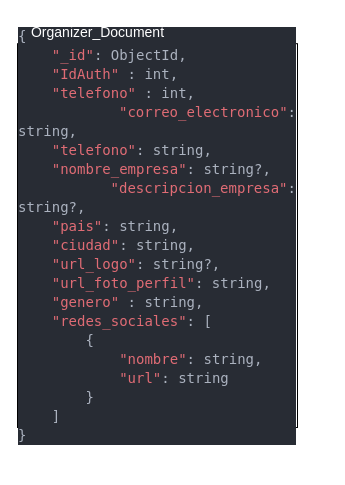
moises-ph/Nodens-documentacion keeps this draw.io diagram as Base de datos/Organizers/Organizers.drawio. Above is the earlier version. Source tidied: cells renumbered, new cells numbered last; positions are measured from the earlier drawing's top-left corner, leaving out a move shared by most shapes. Both pictures are drawn from the tidied source at 100%, with x=0, y=0 at pixel (17, 17).
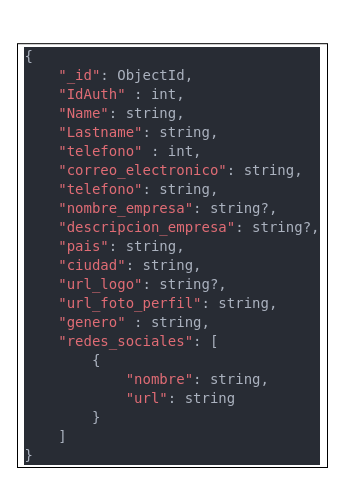
Above is the later version.

Diff of the diagram source:
```diff
@@
 <mxGraphModel>
   <root>
     <mxCell id="0" />
     <mxCell id="1" parent="0" />
-    <mxCell id="2" value="&lt;div style=&quot;text-align: justify; font-size: 14px;&quot;&gt;&lt;div style=&quot;background-color: rgb(26, 27, 38); font-family: Consolas, &amp;quot;Courier New&amp;quot;, monospace; line-height: 19px;&quot;&gt;&lt;div style=&quot;line-height: 19px;&quot;&gt;&lt;div style=&quot;background-color: rgb(40, 44, 52); font-family: &amp;quot;DejaVu Sans Mono&amp;quot;, Consolas, &amp;quot;Courier New&amp;quot;, monospace; line-height: 19px;&quot;&gt;&lt;div style=&quot;color: rgb(171, 178, 191);&quot;&gt;{&lt;/div&gt;&lt;div style=&quot;&quot;&gt;&lt;font color=&quot;#abb2bf&quot;&gt;&amp;nbsp; &amp;nbsp; &lt;/font&gt;&lt;font color=&quot;#e06c75&quot;&gt;&quot;_id&quot;&lt;/font&gt;&lt;font color=&quot;#abb2bf&quot;&gt;: ObjectId,&lt;/font&gt;&lt;/div&gt;&lt;div style=&quot;color: rgb(171, 178, 191);&quot;&gt;&lt;font color=&quot;#abb2bf&quot;&gt;&amp;nbsp; &amp;nbsp;&amp;nbsp;&lt;/font&gt;&lt;font color=&quot;#e06c75&quot;&gt;&quot;IdAuth&quot;&lt;/font&gt;&lt;font color=&quot;#abb2bf&quot;&gt;&amp;nbsp;: int,&lt;/font&gt;&lt;br&gt;&lt;/div&gt;&lt;div style=&quot;color: rgb(171, 178, 191);&quot;&gt;&lt;font color=&quot;#abb2bf&quot;&gt;&amp;nbsp; &amp;nbsp;&amp;nbsp;&lt;/font&gt;&lt;font color=&quot;#e06c75&quot;&gt;&quot;telefono&quot;&lt;/font&gt;&lt;font color=&quot;#abb2bf&quot;&gt;&amp;nbsp;: int,&lt;/font&gt;&lt;font color=&quot;#abb2bf&quot;&gt;&lt;br&gt;&lt;/font&gt;&lt;/div&gt;&lt;div style=&quot;color: rgb(171, 178, 191);&quot;&gt;&amp;nbsp; &amp;nbsp; &lt;span style=&quot;color: #e06c75;&quot;&gt;&quot;correo_electronico&quot;&lt;/span&gt;: string,&lt;/div&gt;&lt;div style=&quot;color: rgb(171, 178, 191);&quot;&gt;&amp;nbsp; &amp;nbsp; &lt;span style=&quot;color: #e06c75;&quot;&gt;&quot;telefono&quot;&lt;/span&gt;: string,&lt;/div&gt;&lt;div style=&quot;color: rgb(171, 178, 191);&quot;&gt;&amp;nbsp; &amp;nbsp; &lt;span style=&quot;color: #e06c75;&quot;&gt;&quot;nombre_empresa&quot;&lt;/span&gt;: string?,&lt;/div&gt;&lt;div style=&quot;color: rgb(171, 178, 191);&quot;&gt;&amp;nbsp; &amp;nbsp; &lt;span style=&quot;color: #e06c75;&quot;&gt;&quot;descripcion_empresa&quot;&lt;/span&gt;: string?,&lt;/div&gt;&lt;div style=&quot;color: rgb(171, 178, 191);&quot;&gt;&amp;nbsp; &amp;nbsp; &lt;span style=&quot;color: #e06c75;&quot;&gt;&quot;pais&quot;&lt;/span&gt;: string,&lt;/div&gt;&lt;div style=&quot;color: rgb(171, 178, 191);&quot;&gt;&amp;nbsp; &amp;nbsp; &lt;span style=&quot;color: #e06c75;&quot;&gt;&quot;ciudad&quot;&lt;/span&gt;: string,&lt;/div&gt;&lt;div style=&quot;color: rgb(171, 178, 191);&quot;&gt;&amp;nbsp; &amp;nbsp; &lt;span style=&quot;color: #e06c75;&quot;&gt;&quot;url_logo&quot;&lt;/span&gt;: string?,&lt;/div&gt;&lt;div style=&quot;color: rgb(171, 178, 191);&quot;&gt;&amp;nbsp; &amp;nbsp; &lt;span style=&quot;color: #e06c75;&quot;&gt;&quot;url_foto_perfil&quot;&lt;/span&gt;: string,&lt;/div&gt;&lt;div style=&quot;color: rgb(171, 178, 191);&quot;&gt;&lt;font color=&quot;#abb2bf&quot;&gt;&amp;nbsp; &amp;nbsp;&amp;nbsp;&lt;/font&gt;&lt;font color=&quot;#e06c75&quot;&gt;&quot;genero&quot;&lt;/font&gt;&lt;font color=&quot;#abb2bf&quot;&gt;&amp;nbsp;: string,&lt;/font&gt;&lt;br&gt;&lt;/div&gt;&lt;div style=&quot;color: rgb(171, 178, 191);&quot;&gt;&amp;nbsp; &amp;nbsp; &lt;span style=&quot;color: #e06c75;&quot;&gt;&quot;redes_sociales&quot;&lt;/span&gt;: [&lt;/div&gt;&lt;div style=&quot;color: rgb(171, 178, 191);&quot;&gt;&amp;nbsp; &amp;nbsp; &amp;nbsp; &amp;nbsp; {&lt;/div&gt;&lt;div style=&quot;color: rgb(171, 178, 191);&quot;&gt;&amp;nbsp; &amp;nbsp; &amp;nbsp; &amp;nbsp; &amp;nbsp; &amp;nbsp; &lt;span style=&quot;color: #e06c75;&quot;&gt;&quot;nombre&quot;&lt;/span&gt;: string,&lt;/div&gt;&lt;div style=&quot;color: rgb(171, 178, 191);&quot;&gt;&amp;nbsp; &amp;nbsp; &amp;nbsp; &amp;nbsp; &amp;nbsp; &amp;nbsp; &lt;span style=&quot;color: #e06c75;&quot;&gt;&quot;url&quot;&lt;/span&gt;: string&lt;/div&gt;&lt;div style=&quot;color: rgb(171, 178, 191);&quot;&gt;&amp;nbsp; &amp;nbsp; &amp;nbsp; &amp;nbsp; }&lt;/div&gt;&lt;div style=&quot;color: rgb(171, 178, 191);&quot;&gt;&amp;nbsp; &amp;nbsp; ]&lt;/div&gt;&lt;div style=&quot;color: rgb(171, 178, 191);&quot;&gt;}&lt;/div&gt;&lt;/div&gt;&lt;/div&gt;&lt;/div&gt;&lt;/div&gt;&lt;div style=&quot;text-align: justify;&quot;&gt;&lt;/div&gt;" style="rounded=0;whiteSpace=wrap;html=1;" parent="1" vertex="1">
-      <mxGeometry y="26.2" width="280" height="383.8" as="geometry" />
+    <mxCell id="2" value="&lt;div style=&quot;text-align: justify; font-size: 14px;&quot;&gt;&lt;div style=&quot;background-color: rgb(26, 27, 38); font-family: Consolas, &amp;quot;Courier New&amp;quot;, monospace; line-height: 19px;&quot;&gt;&lt;div style=&quot;line-height: 19px;&quot;&gt;&lt;div style=&quot;background-color: rgb(40, 44, 52); font-family: &amp;quot;DejaVu Sans Mono&amp;quot;, Consolas, &amp;quot;Courier New&amp;quot;, monospace; line-height: 19px;&quot;&gt;&lt;div style=&quot;color: rgb(171, 178, 191);&quot;&gt;{&lt;/div&gt;&lt;div style=&quot;&quot;&gt;&lt;font color=&quot;#abb2bf&quot;&gt;&amp;nbsp; &amp;nbsp; &lt;/font&gt;&lt;font color=&quot;#e06c75&quot;&gt;&quot;_id&quot;&lt;/font&gt;&lt;font color=&quot;#abb2bf&quot;&gt;: ObjectId,&lt;/font&gt;&lt;/div&gt;&lt;div style=&quot;color: rgb(171, 178, 191);&quot;&gt;&lt;font color=&quot;#abb2bf&quot;&gt;&amp;nbsp; &amp;nbsp;&amp;nbsp;&lt;/font&gt;&lt;font color=&quot;#e06c75&quot;&gt;&quot;IdAuth&quot;&lt;/font&gt;&lt;font color=&quot;#abb2bf&quot;&gt;&amp;nbsp;: int,&lt;/font&gt;&lt;br&gt;&lt;/div&gt;&lt;div style=&quot;&quot;&gt;&lt;font color=&quot;#abb2bf&quot;&gt;&amp;nbsp; &amp;nbsp;&amp;nbsp;&lt;/font&gt;&lt;font color=&quot;#e06c75&quot;&gt;&quot;Name&quot;&lt;/font&gt;&lt;font style=&quot;color: rgb(171, 178, 191);&quot; color=&quot;#abb2bf&quot;&gt;: string,&lt;br&gt;&lt;/font&gt;&lt;/div&gt;&lt;div style=&quot;&quot;&gt;&lt;font color=&quot;#abb2bf&quot;&gt;&amp;nbsp; &amp;nbsp;&amp;nbsp;&lt;/font&gt;&lt;font color=&quot;#e06c75&quot;&gt;&quot;Lastname&quot;&lt;/font&gt;&lt;font color=&quot;#abb2bf&quot;&gt;: string,&lt;/font&gt;&lt;br&gt;&lt;/div&gt;&lt;div style=&quot;color: rgb(171, 178, 191);&quot;&gt;&lt;font color=&quot;#abb2bf&quot;&gt;&amp;nbsp; &amp;nbsp;&amp;nbsp;&lt;/font&gt;&lt;font color=&quot;#e06c75&quot;&gt;&quot;telefono&quot;&lt;/font&gt;&lt;font color=&quot;#abb2bf&quot;&gt;&amp;nbsp;: int,&lt;/font&gt;&lt;font color=&quot;#abb2bf&quot;&gt;&lt;br&gt;&lt;/font&gt;&lt;/div&gt;&lt;div style=&quot;color: rgb(171, 178, 191);&quot;&gt;&amp;nbsp; &amp;nbsp; &lt;span style=&quot;color: #e06c75;&quot;&gt;&quot;correo_electronico&quot;&lt;/span&gt;: string,&lt;/div&gt;&lt;div style=&quot;color: rgb(171, 178, 191);&quot;&gt;&amp;nbsp; &amp;nbsp; &lt;span style=&quot;color: #e06c75;&quot;&gt;&quot;telefono&quot;&lt;/span&gt;: string,&lt;/div&gt;&lt;div style=&quot;color: rgb(171, 178, 191);&quot;&gt;&amp;nbsp; &amp;nbsp; &lt;span style=&quot;color: #e06c75;&quot;&gt;&quot;nombre_empresa&quot;&lt;/span&gt;: string?,&lt;/div&gt;&lt;div style=&quot;color: rgb(171, 178, 191);&quot;&gt;&amp;nbsp; &amp;nbsp; &lt;span style=&quot;color: #e06c75;&quot;&gt;&quot;descripcion_empresa&quot;&lt;/span&gt;: string?,&lt;/div&gt;&lt;div style=&quot;color: rgb(171, 178, 191);&quot;&gt;&amp;nbsp; &amp;nbsp; &lt;span style=&quot;color: #e06c75;&quot;&gt;&quot;pais&quot;&lt;/span&gt;: string,&lt;/div&gt;&lt;div style=&quot;color: rgb(171, 178, 191);&quot;&gt;&amp;nbsp; &amp;nbsp; &lt;span style=&quot;color: #e06c75;&quot;&gt;&quot;ciudad&quot;&lt;/span&gt;: string,&lt;/div&gt;&lt;div style=&quot;color: rgb(171, 178, 191);&quot;&gt;&amp;nbsp; &amp;nbsp; &lt;span style=&quot;color: #e06c75;&quot;&gt;&quot;url_logo&quot;&lt;/span&gt;: string?,&lt;/div&gt;&lt;div style=&quot;color: rgb(171, 178, 191);&quot;&gt;&amp;nbsp; &amp;nbsp; &lt;span style=&quot;color: #e06c75;&quot;&gt;&quot;url_foto_perfil&quot;&lt;/span&gt;: string,&lt;/div&gt;&lt;div style=&quot;color: rgb(171, 178, 191);&quot;&gt;&lt;font color=&quot;#abb2bf&quot;&gt;&amp;nbsp; &amp;nbsp;&amp;nbsp;&lt;/font&gt;&lt;font color=&quot;#e06c75&quot;&gt;&quot;genero&quot;&lt;/font&gt;&lt;font color=&quot;#abb2bf&quot;&gt;&amp;nbsp;: string,&lt;/font&gt;&lt;br&gt;&lt;/div&gt;&lt;div style=&quot;color: rgb(171, 178, 191);&quot;&gt;&amp;nbsp; &amp;nbsp; &lt;span style=&quot;color: #e06c75;&quot;&gt;&quot;redes_sociales&quot;&lt;/span&gt;: [&lt;/div&gt;&lt;div style=&quot;color: rgb(171, 178, 191);&quot;&gt;&amp;nbsp; &amp;nbsp; &amp;nbsp; &amp;nbsp; {&lt;/div&gt;&lt;div style=&quot;color: rgb(171, 178, 191);&quot;&gt;&amp;nbsp; &amp;nbsp; &amp;nbsp; &amp;nbsp; &amp;nbsp; &amp;nbsp; &lt;span style=&quot;color: #e06c75;&quot;&gt;&quot;nombre&quot;&lt;/span&gt;: string,&lt;/div&gt;&lt;div style=&quot;color: rgb(171, 178, 191);&quot;&gt;&amp;nbsp; &amp;nbsp; &amp;nbsp; &amp;nbsp; &amp;nbsp; &amp;nbsp; &lt;span style=&quot;color: #e06c75;&quot;&gt;&quot;url&quot;&lt;/span&gt;: string&lt;/div&gt;&lt;div style=&quot;color: rgb(171, 178, 191);&quot;&gt;&amp;nbsp; &amp;nbsp; &amp;nbsp; &amp;nbsp; }&lt;/div&gt;&lt;div style=&quot;color: rgb(171, 178, 191);&quot;&gt;&amp;nbsp; &amp;nbsp; ]&lt;/div&gt;&lt;div style=&quot;color: rgb(171, 178, 191);&quot;&gt;}&lt;/div&gt;&lt;/div&gt;&lt;/div&gt;&lt;/div&gt;&lt;/div&gt;&lt;div style=&quot;text-align: justify;&quot;&gt;&lt;/div&gt;" style="rounded=0;whiteSpace=wrap;html=1;" parent="1" vertex="1">
+      <mxGeometry y="26.2" width="310" height="423.8" as="geometry" />
     </mxCell>
     <mxCell id="3" value="Organizer_Document" style="text;html=1;align=center;verticalAlign=middle;strokeColor=none;fillColor=none;fontSize=14;fontColor=#FFFFFF;" parent="1" vertex="1">
       <mxGeometry width="160" height="30" as="geometry" />
     </mxCell>
   </root>
 </mxGraphModel>
```
